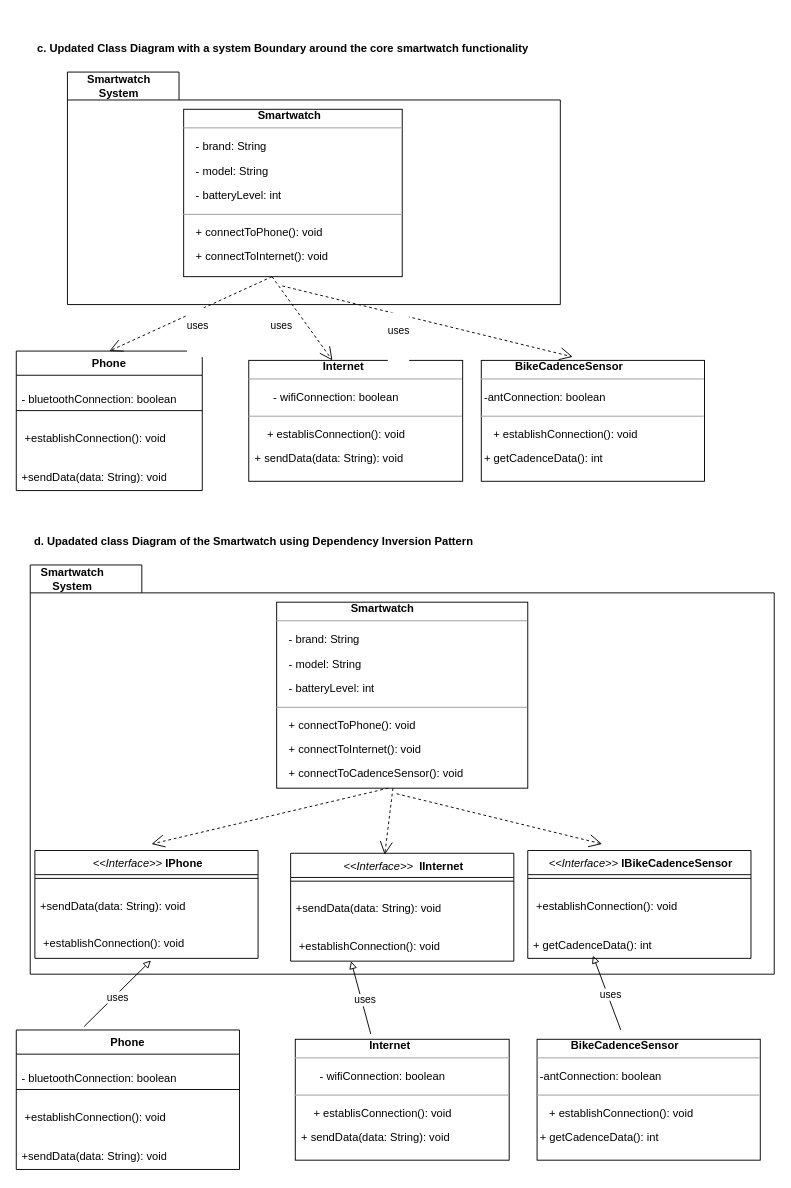
The draw.io diagram CIS 622 Diagram.drawio in Calebcheruiyc/ProjTech, before the edit. Source tidied: cells renumbered, new cells numbered last; positions are measured from the earlier drawing's top-left corner, leaving out a move shared by most shapes. Both pictures are drawn from the tidied source at 93%, with x=0, y=0 at pixel (16, 34).
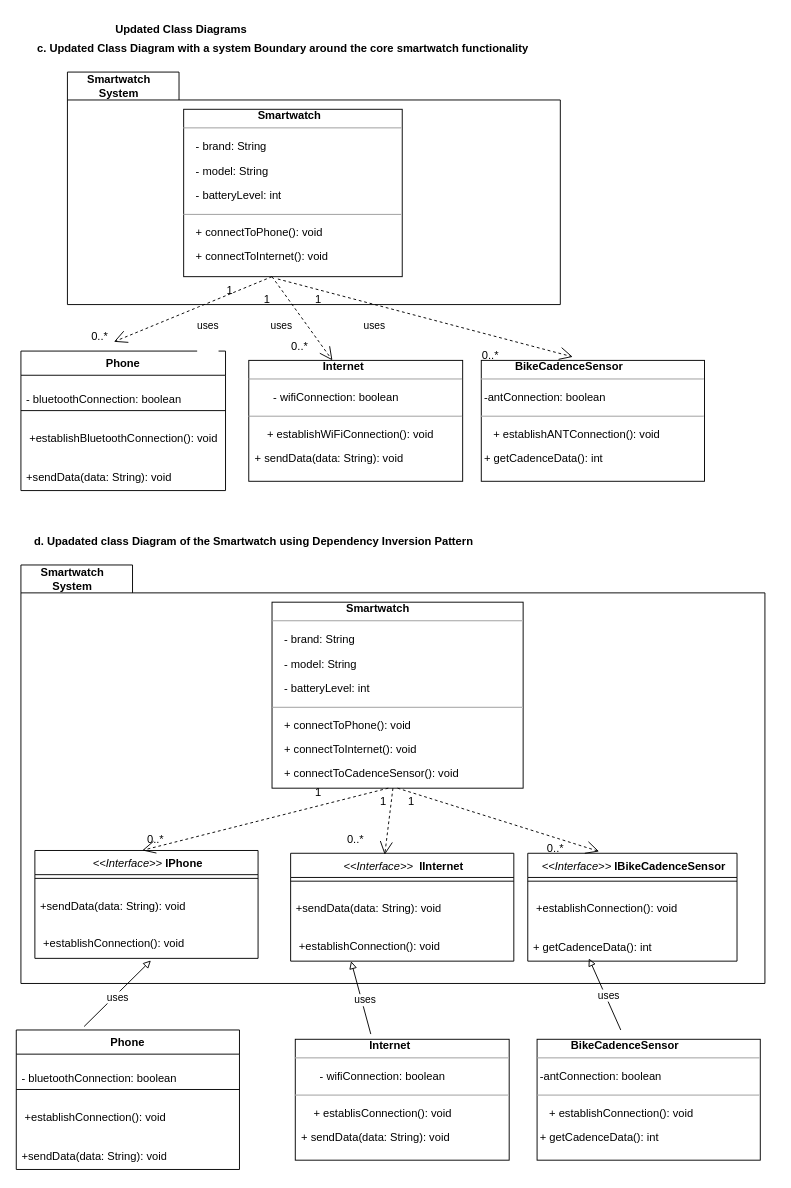
After the change.

The change refers to these unchanged cells:
```xml
<mxCell id="26" style="shape=folder;fontStyle=1;spacingTop=10;tabWidth=120;tabHeight=30;tabPosition=left;html=1;whiteSpace=wrap;" parent="1" vertex="1">
  <mxGeometry x="55" y="40" width="530" height="250" as="geometry" />
</mxCell>
<mxCell id="33" value="&amp;nbsp; &amp;nbsp; &amp;nbsp; &amp;nbsp; &amp;nbsp; &amp;nbsp; &amp;nbsp; &amp;nbsp; &amp;nbsp; &amp;nbsp; &amp;nbsp; &amp;nbsp;&lt;b&gt; Smartwatch&lt;/b&gt;&amp;nbsp;&lt;br&gt;&lt;hr size=&quot;1&quot;&gt;&lt;p class=&quot;MsoNormal&quot;&gt;&amp;nbsp; &amp;nbsp; - brand: String&lt;/p&gt;&lt;p class=&quot;MsoNormal&quot;&gt;&lt;span lang=&quot;EN-US&quot;&gt;&amp;nbsp;&amp;nbsp;&amp;nbsp; - model: String&lt;/span&gt;&lt;/p&gt;&lt;p class=&quot;MsoNormal&quot;&gt;&lt;span lang=&quot;EN-US&quot;&gt;&amp;nbsp;&amp;nbsp;&amp;nbsp; - batteryLevel: int&lt;/span&gt;&lt;/p&gt;&lt;hr size=&quot;1&quot;&gt;&lt;p class=&quot;MsoNormal&quot;&gt;&amp;nbsp; &amp;nbsp; + connectToPhone(): void&lt;/p&gt;&lt;p class=&quot;MsoNormal&quot;&gt;&lt;span lang=&quot;EN-US&quot;&gt;&amp;nbsp;&amp;nbsp;&amp;nbsp; + connectToInternet(): void&lt;/span&gt;&lt;/p&gt;&lt;p class=&quot;MsoNormal&quot;&gt;&lt;span lang=&quot;EN-US&quot;&gt;&amp;nbsp;&amp;nbsp;&amp;nbsp; + connectToCadenceSensor(): void&lt;/span&gt;&lt;/p&gt;" style="verticalAlign=top;align=left;overflow=fill;fontSize=12;fontFamily=Helvetica;html=1;whiteSpace=wrap;" parent="1" vertex="1">
  <mxGeometry x="180" y="80" width="235" height="180" as="geometry" />
</mxCell>
```

Change to the diagram source:
```diff
@@
     <mxCell id="2" style="shape=folder;fontStyle=1;spacingTop=10;tabWidth=120;tabHeight=30;tabPosition=left;html=1;whiteSpace=wrap;" parent="1" vertex="1">
-      <mxGeometry x="15" y="570" width="800" height="440" as="geometry" />
+      <mxGeometry x="5" y="570" width="800" height="450" as="geometry" />
     </mxCell>
@@
     <mxCell id="9" value="&amp;nbsp; &amp;nbsp; &amp;nbsp; &amp;nbsp; &amp;nbsp; &amp;nbsp; &amp;nbsp; &amp;nbsp; &amp;nbsp; &amp;nbsp; &amp;nbsp; &amp;nbsp;&lt;b&gt; Smartwatch&lt;/b&gt;&amp;nbsp;&lt;br&gt;&lt;hr size=&quot;1&quot;&gt;&lt;p class=&quot;MsoNormal&quot;&gt;&amp;nbsp; &amp;nbsp; - brand: String&lt;/p&gt;&lt;p class=&quot;MsoNormal&quot;&gt;&lt;span lang=&quot;EN-US&quot;&gt;&amp;nbsp;&amp;nbsp;&amp;nbsp; - model: String&lt;/span&gt;&lt;/p&gt;&lt;p class=&quot;MsoNormal&quot;&gt;&lt;span lang=&quot;EN-US&quot;&gt;&amp;nbsp;&amp;nbsp;&amp;nbsp; - batteryLevel: int&lt;/span&gt;&lt;/p&gt;&lt;hr size=&quot;1&quot;&gt;&lt;p class=&quot;MsoNormal&quot;&gt;&amp;nbsp; &amp;nbsp; + connectToPhone(): void&lt;/p&gt;&lt;p class=&quot;MsoNormal&quot;&gt;&lt;span lang=&quot;EN-US&quot;&gt;&amp;nbsp;&amp;nbsp;&amp;nbsp; + connectToInternet(): void&lt;/span&gt;&lt;/p&gt;&lt;p class=&quot;MsoNormal&quot;&gt;&lt;span lang=&quot;EN-US&quot;&gt;&amp;nbsp;&amp;nbsp;&amp;nbsp; + connectToCadenceSensor(): void&lt;/span&gt;&lt;/p&gt;" style="verticalAlign=top;align=left;overflow=fill;fontSize=12;fontFamily=Helvetica;html=1;whiteSpace=wrap;" parent="1" vertex="1">
-      <mxGeometry x="280" y="610" width="270" height="200" as="geometry" />
+      <mxGeometry x="275" y="610" width="270" height="200" as="geometry" />
     </mxCell>
@@
     <mxCell id="16" value="&lt;i style=&quot;border-color: var(--border-color); font-weight: 400;&quot;&gt;&amp;nbsp;&amp;lt;&amp;lt;Interface&amp;gt;&amp;gt;&amp;nbsp;&lt;/i&gt;&lt;b style=&quot;border-color: var(--border-color); text-align: left;&quot;&gt;IBikeCadenceSensor&lt;/b&gt;" style="swimlane;fontStyle=1;align=center;verticalAlign=top;horizontal=1;startSize=26;whiteSpace=wrap;html=1;" parent="1" vertex="1">
-      <mxGeometry x="550" y="877" width="240" height="116" as="geometry" />
+      <mxGeometry x="550" y="880" width="225" height="116" as="geometry" />
     </mxCell>
     <mxCell id="17" style="line;strokeWidth=1;fillColor=none;align=left;verticalAlign=middle;spacingTop=-1;spacingLeft=3;spacingRight=3;labelPosition=right;strokeColor=inherit;" parent="16" vertex="1">
-      <mxGeometry y="26" width="240" height="8" as="geometry" />
+      <mxGeometry y="26" width="225" height="8" as="geometry" />
     </mxCell>
     <mxCell id="18" value="&lt;p class=&quot;MsoNormal&quot;&gt;&amp;nbsp;+establishConnection(): void&lt;br&gt;&lt;/p&gt;" style="text;strokeColor=none;fillColor=none;align=left;verticalAlign=top;spacingLeft=4;spacingRight=4;overflow=hidden;whiteSpace=wrap;html=1;" parent="16" vertex="1">
-      <mxGeometry y="34" width="240" height="42" as="geometry" />
+      <mxGeometry y="34" width="225" height="42" as="geometry" />
     </mxCell>
     <mxCell id="19" value="&lt;p class=&quot;MsoNormal&quot;&gt;&lt;/p&gt;&lt;p class=&quot;MsoNormal&quot;&gt;+ getCadenceData(): int&lt;br&gt;&lt;/p&gt;" style="text;strokeColor=none;fillColor=none;align=left;verticalAlign=top;spacingLeft=4;spacingRight=4;overflow=hidden;points=[[0,0.5],[1,0.5]];portConstraint=eastwest;whiteSpace=wrap;html=1;" parent="16" vertex="1">
-      <mxGeometry y="76" width="240" height="40" as="geometry" />
+      <mxGeometry y="76" width="225" height="40" as="geometry" />
     </mxCell>
@@
-    <mxCell id="25" style="endArrow=open;endSize=12;dashed=1;html=1;rounded=0;" parent="1" edge="1">
-      <mxGeometry relative="1" as="geometry">
-        <mxPoint x="409" y="816" as="sourcePoint" />
-        <mxPoint x="630" y="870" as="targetPoint" />
-      </mxGeometry>
+    <mxCell id="25" style="endArrow=open;endSize=12;dashed=1;html=1;rounded=0;exitX=0.25;exitY=0;exitDx=0;exitDy=0;entryX=0.341;entryY=-0.017;entryDx=0;entryDy=0;entryPerimeter=0;" parent="1" edge="1" source="53" target="16">
+      <mxGeometry relative="1" as="geometry" />
     </mxCell>
@@
     <mxCell id="28" value="Phone" style="swimlane;fontStyle=1;align=center;verticalAlign=top;horizontal=1;startSize=26;whiteSpace=wrap;html=1;" parent="1" vertex="1">
-      <mxGeometry y="340" width="200" height="150" as="geometry" />
+      <mxGeometry x="5" y="340" width="220" height="150" as="geometry" />
     </mxCell>
     <mxCell id="29" value="&lt;p class=&quot;MsoNormal&quot;&gt;- bluetoothConnection: boolean&lt;/p&gt;" style="text;strokeColor=none;fillColor=none;align=left;verticalAlign=top;spacingLeft=4;spacingRight=4;overflow=hidden;whiteSpace=wrap;html=1;" parent="28" vertex="1">
-      <mxGeometry y="26" width="200" height="34" as="geometry" />
+      <mxGeometry y="26" width="220" height="34" as="geometry" />
     </mxCell>
     <mxCell id="30" style="line;strokeWidth=1;fillColor=none;align=left;verticalAlign=middle;spacingTop=-1;spacingLeft=3;spacingRight=3;labelPosition=right;strokeColor=inherit;" parent="28" vertex="1">
-      <mxGeometry y="60" width="200" height="8" as="geometry" />
+      <mxGeometry y="60" width="220" height="8" as="geometry" />
     </mxCell>
-    <mxCell id="31" value="&lt;p class=&quot;MsoNormal&quot;&gt;&amp;nbsp;+establishConnection(): void&lt;br&gt;&lt;/p&gt;" style="text;strokeColor=none;fillColor=none;align=left;verticalAlign=top;spacingLeft=4;spacingRight=4;overflow=hidden;whiteSpace=wrap;html=1;" parent="28" vertex="1">
-      <mxGeometry y="68" width="200" height="42" as="geometry" />
+    <mxCell id="31" value="&lt;p class=&quot;MsoNormal&quot;&gt;&amp;nbsp;+establishBluetoothConnection(): void&lt;br&gt;&lt;/p&gt;" style="text;strokeColor=none;fillColor=none;align=left;verticalAlign=top;spacingLeft=4;spacingRight=4;overflow=hidden;whiteSpace=wrap;html=1;" parent="28" vertex="1">
+      <mxGeometry y="68" width="220" height="42" as="geometry" />
     </mxCell>
     <mxCell id="32" value="&lt;p class=&quot;MsoNormal&quot;&gt;&lt;/p&gt;&lt;p class=&quot;MsoNormal&quot;&gt;&lt;span lang=&quot;en-KE&quot;&gt;+sendData(data: String): void&lt;/span&gt;&lt;/p&gt;" style="text;strokeColor=none;fillColor=none;align=left;verticalAlign=top;spacingLeft=4;spacingRight=4;overflow=hidden;whiteSpace=wrap;html=1;" parent="28" vertex="1">
-      <mxGeometry y="110" width="200" height="40" as="geometry" />
+      <mxGeometry y="110" width="220" height="40" as="geometry" />
     </mxCell>
@@
-    <mxCell id="34" value="&amp;nbsp; &amp;nbsp; &amp;nbsp; &amp;nbsp; &amp;nbsp; &amp;nbsp; &amp;nbsp; &amp;nbsp; &amp;nbsp; &amp;nbsp; &amp;nbsp; &lt;b&gt;&amp;nbsp;&amp;nbsp;Internet&lt;/b&gt;&lt;br&gt;&lt;hr size=&quot;1&quot;&gt;&lt;p class=&quot;MsoNormal&quot;&gt;&amp;nbsp; &amp;nbsp; &amp;nbsp;&amp;nbsp;&amp;nbsp; &lt;span style=&quot;background-color: initial;&quot;&gt;- wifiConnection: boolean&lt;/span&gt;&lt;br&gt;&lt;/p&gt;&lt;p class=&quot;MsoNormal&quot;&gt;&lt;span lang=&quot;EN-US&quot;&gt;&lt;/span&gt;&lt;/p&gt;&lt;hr size=&quot;1&quot;&gt;&lt;p class=&quot;MsoNormal&quot;&gt;&amp;nbsp; &amp;nbsp;&amp;nbsp;&amp;nbsp; &lt;span style=&quot;background-color: initial;&quot;&gt;+ establisConnection(): void&lt;/span&gt;&lt;/p&gt;&lt;span style=&quot;background-color: initial;&quot;&gt;&amp;nbsp; + sendData(data: String): void&lt;/span&gt;" style="verticalAlign=top;align=left;overflow=fill;fontSize=12;fontFamily=Helvetica;html=1;whiteSpace=wrap;" parent="1" vertex="1">
+    <mxCell id="34" value="&amp;nbsp; &amp;nbsp; &amp;nbsp; &amp;nbsp; &amp;nbsp; &amp;nbsp; &amp;nbsp; &amp;nbsp; &amp;nbsp; &amp;nbsp; &amp;nbsp; &lt;b&gt;&amp;nbsp;&amp;nbsp;Internet&lt;/b&gt;&lt;br&gt;&lt;hr size=&quot;1&quot;&gt;&lt;p class=&quot;MsoNormal&quot;&gt;&amp;nbsp; &amp;nbsp; &amp;nbsp;&amp;nbsp;&amp;nbsp; &lt;span style=&quot;background-color: initial;&quot;&gt;- wifiConnection: boolean&lt;/span&gt;&lt;br&gt;&lt;/p&gt;&lt;p class=&quot;MsoNormal&quot;&gt;&lt;span lang=&quot;EN-US&quot;&gt;&lt;/span&gt;&lt;/p&gt;&lt;hr size=&quot;1&quot;&gt;&lt;p class=&quot;MsoNormal&quot;&gt;&amp;nbsp; &amp;nbsp;&amp;nbsp;&amp;nbsp; &lt;span style=&quot;background-color: initial;&quot;&gt;+ establishWiFiConnection(): void&lt;/span&gt;&lt;/p&gt;&lt;span style=&quot;background-color: initial;&quot;&gt;&amp;nbsp; + sendData(data: String): void&lt;/span&gt;" style="verticalAlign=top;align=left;overflow=fill;fontSize=12;fontFamily=Helvetica;html=1;whiteSpace=wrap;" parent="1" vertex="1">
       <mxGeometry x="250" y="350" width="230" height="130" as="geometry" />
     </mxCell>
-    <mxCell id="35" value="&amp;nbsp; &amp;nbsp; &amp;nbsp; &amp;nbsp; &amp;nbsp; &lt;b&gt;&amp;nbsp;BikeCadenceSensor&amp;nbsp;&lt;/b&gt;&lt;br&gt;&lt;hr size=&quot;1&quot;&gt;&lt;p class=&quot;MsoNormal&quot;&gt;&amp;nbsp;-antConnection: boolean&lt;br&gt;&lt;/p&gt;&lt;p class=&quot;MsoNormal&quot;&gt;&lt;span lang=&quot;EN-US&quot;&gt;&lt;/span&gt;&lt;/p&gt;&lt;p class=&quot;MsoNormal&quot;&gt;&lt;span lang=&quot;EN-US&quot;&gt;&lt;/span&gt;&lt;/p&gt;&lt;hr size=&quot;1&quot;&gt;&lt;p class=&quot;MsoNormal&quot;&gt;&amp;nbsp;&amp;nbsp;&amp;nbsp; &lt;span style=&quot;background-color: initial;&quot;&gt;+ establishConnection(): void&lt;/span&gt;&lt;/p&gt;&lt;p class=&quot;MsoNormal&quot;&gt;&lt;span lang=&quot;EN-US&quot;&gt;&amp;nbsp;+ getCadenceData(): int&lt;/span&gt;&lt;/p&gt;" style="verticalAlign=top;align=left;overflow=fill;fontSize=12;fontFamily=Helvetica;html=1;whiteSpace=wrap;" parent="1" vertex="1">
+    <mxCell id="35" value="&amp;nbsp; &amp;nbsp; &amp;nbsp; &amp;nbsp; &amp;nbsp; &lt;b&gt;&amp;nbsp;BikeCadenceSensor&amp;nbsp;&lt;/b&gt;&lt;br&gt;&lt;hr size=&quot;1&quot;&gt;&lt;p class=&quot;MsoNormal&quot;&gt;&amp;nbsp;-antConnection: boolean&lt;br&gt;&lt;/p&gt;&lt;p class=&quot;MsoNormal&quot;&gt;&lt;span lang=&quot;EN-US&quot;&gt;&lt;/span&gt;&lt;/p&gt;&lt;p class=&quot;MsoNormal&quot;&gt;&lt;span lang=&quot;EN-US&quot;&gt;&lt;/span&gt;&lt;/p&gt;&lt;hr size=&quot;1&quot;&gt;&lt;p class=&quot;MsoNormal&quot;&gt;&amp;nbsp;&amp;nbsp;&amp;nbsp; &lt;span style=&quot;background-color: initial;&quot;&gt;+ establishANTConnection(): void&lt;/span&gt;&lt;/p&gt;&lt;p class=&quot;MsoNormal&quot;&gt;&lt;span lang=&quot;EN-US&quot;&gt;&amp;nbsp;+ getCadenceData(): int&lt;/span&gt;&lt;/p&gt;" style="verticalAlign=top;align=left;overflow=fill;fontSize=12;fontFamily=Helvetica;html=1;whiteSpace=wrap;" parent="1" vertex="1">
       <mxGeometry x="500" y="350" width="240" height="130" as="geometry" />
     </mxCell>
-    <mxCell id="36" value="&#10;&lt;span style=&quot;color: rgb(0, 0, 0); font-family: Helvetica; font-size: 11px; font-style: normal; font-variant-ligatures: normal; font-variant-caps: normal; font-weight: 400; letter-spacing: normal; orphans: 2; text-align: center; text-indent: 0px; text-transform: none; widows: 2; word-spacing: 0px; -webkit-text-stroke-width: 0px; background-color: rgb(255, 255, 255); text-decoration-thickness: initial; text-decoration-style: initial; text-decoration-color: initial; float: none; display: inline !important;&quot;&gt;uses&lt;/span&gt;&#10;&#10;" style="endArrow=open;endSize=12;dashed=1;html=1;rounded=0;entryX=0.5;entryY=0;entryDx=0;entryDy=0;exitX=0.404;exitY=1;exitDx=0;exitDy=0;exitPerimeter=0;" parent="1" edge="1" source="33" target="28">
-      <mxGeometry x="0.02" y="21" relative="1" as="geometry" />
+    <mxCell id="36" value="&#10;&lt;span style=&quot;color: rgb(0, 0, 0); font-family: Helvetica; font-size: 11px; font-style: normal; font-variant-ligatures: normal; font-variant-caps: normal; font-weight: 400; letter-spacing: normal; orphans: 2; text-align: center; text-indent: 0px; text-transform: none; widows: 2; word-spacing: 0px; -webkit-text-stroke-width: 0px; background-color: rgb(255, 255, 255); text-decoration-thickness: initial; text-decoration-style: initial; text-decoration-color: initial; float: none; display: inline !important;&quot;&gt;uses&lt;/span&gt;&#10;&#10;" style="endArrow=open;endSize=12;dashed=1;html=1;rounded=0;exitX=0.404;exitY=1;exitDx=0;exitDy=0;exitPerimeter=0;" parent="1" edge="1" source="33">
+      <mxGeometry x="-0.05" y="29" relative="1" as="geometry">
+        <mxPoint x="105" y="330" as="targetPoint" />
+      </mxGeometry>
     </mxCell>
@@
-    <mxCell id="46" value="&#10;&lt;span style=&quot;color: rgb(0, 0, 0); font-family: Helvetica; font-size: 11px; font-style: normal; font-variant-ligatures: normal; font-variant-caps: normal; font-weight: 400; letter-spacing: normal; orphans: 2; text-align: center; text-indent: 0px; text-transform: none; widows: 2; word-spacing: 0px; -webkit-text-stroke-width: 0px; background-color: rgb(255, 255, 255); text-decoration-thickness: initial; text-decoration-style: initial; text-decoration-color: initial; float: none; display: inline !important;&quot;&gt;uses&lt;/span&gt;&#10;&#10;" style="endArrow=open;endSize=12;dashed=1;html=1;rounded=0;entryX=0.41;entryY=-0.029;entryDx=0;entryDy=0;entryPerimeter=0;exitX=0.436;exitY=0.92;exitDx=0;exitDy=0;exitPerimeter=0;" parent="1" edge="1" source="26" target="35">
-      <mxGeometry x="-0.16" y="-25" relative="1" as="geometry">
-        <mxPoint y="-1" as="offset" />
-      </mxGeometry>
+    <mxCell id="46" value="&#10;&lt;span style=&quot;color: rgb(0, 0, 0); font-family: Helvetica; font-size: 11px; font-style: normal; font-variant-ligatures: normal; font-variant-caps: normal; font-weight: 400; letter-spacing: normal; orphans: 2; text-align: center; text-indent: 0px; text-transform: none; widows: 2; word-spacing: 0px; -webkit-text-stroke-width: 0px; background-color: rgb(255, 255, 255); text-decoration-thickness: initial; text-decoration-style: initial; text-decoration-color: initial; float: none; display: inline !important;&quot;&gt;uses&lt;/span&gt;&#10;&#10;" style="endArrow=open;endSize=12;dashed=1;html=1;rounded=0;entryX=0.41;entryY=-0.029;entryDx=0;entryDy=0;entryPerimeter=0;exitX=0.431;exitY=1.014;exitDx=0;exitDy=0;exitPerimeter=0;" parent="1" edge="1" source="33" target="35">
+      <mxGeometry x="-0.3" y="-29" relative="1" as="geometry" />
     </mxCell>
@@
+    <mxCell id="48" value="1" style="text;html=1;strokeColor=none;fillColor=none;align=center;verticalAlign=middle;whiteSpace=wrap;rounded=0;" parent="1" vertex="1">
+      <mxGeometry x="295" y="800" width="60" height="30" as="geometry" />
+    </mxCell>
+    <mxCell id="49" value="0..*" style="text;html=1;strokeColor=none;fillColor=none;align=center;verticalAlign=middle;whiteSpace=wrap;rounded=0;" parent="1" vertex="1">
+      <mxGeometry x="550" y="860" width="60" height="30" as="geometry" />
+    </mxCell>
+    <mxCell id="50" value="0..*" style="text;html=1;strokeColor=none;fillColor=none;align=center;verticalAlign=middle;whiteSpace=wrap;rounded=0;" parent="1" vertex="1">
+      <mxGeometry x="335" y="850" width="60" height="30" as="geometry" />
+    </mxCell>
+    <mxCell id="51" value="0..*" style="text;html=1;strokeColor=none;fillColor=none;align=center;verticalAlign=middle;whiteSpace=wrap;rounded=0;" parent="1" vertex="1">
+      <mxGeometry x="120" y="850" width="60" height="30" as="geometry" />
+    </mxCell>
+    <mxCell id="52" value="1" style="text;html=1;strokeColor=none;fillColor=none;align=center;verticalAlign=middle;whiteSpace=wrap;rounded=0;" parent="1" vertex="1">
+      <mxGeometry x="365" y="810" width="60" height="30" as="geometry" />
+    </mxCell>
+    <mxCell id="53" value="1" style="text;html=1;strokeColor=none;fillColor=none;align=center;verticalAlign=middle;whiteSpace=wrap;rounded=0;" parent="1" vertex="1">
+      <mxGeometry x="395" y="810" width="60" height="30" as="geometry" />
+    </mxCell>
+    <mxCell id="54" value="0..*" style="text;html=1;strokeColor=none;fillColor=none;align=center;verticalAlign=middle;whiteSpace=wrap;rounded=0;" parent="1" vertex="1">
+      <mxGeometry x="60" y="310" width="60" height="30" as="geometry" />
+    </mxCell>
+    <mxCell id="55" value="0..*" style="text;html=1;strokeColor=none;fillColor=none;align=center;verticalAlign=middle;whiteSpace=wrap;rounded=0;" parent="1" vertex="1">
+      <mxGeometry x="275" y="320" width="60" height="30" as="geometry" />
+    </mxCell>
+    <mxCell id="56" value="0..*" style="text;html=1;strokeColor=none;fillColor=none;align=center;verticalAlign=middle;whiteSpace=wrap;rounded=0;" parent="1" vertex="1">
+      <mxGeometry x="480" y="330" width="60" height="30" as="geometry" />
+    </mxCell>
+    <mxCell id="57" value="1" style="text;html=1;strokeColor=none;fillColor=none;align=center;verticalAlign=middle;whiteSpace=wrap;rounded=0;" parent="1" vertex="1">
+      <mxGeometry x="200" y="260" width="60" height="30" as="geometry" />
+    </mxCell>
+    <mxCell id="58" value="1" style="text;html=1;strokeColor=none;fillColor=none;align=center;verticalAlign=middle;whiteSpace=wrap;rounded=0;" parent="1" vertex="1">
+      <mxGeometry x="240" y="270" width="60" height="30" as="geometry" />
+    </mxCell>
+    <mxCell id="59" value="1" style="text;html=1;strokeColor=none;fillColor=none;align=center;verticalAlign=middle;whiteSpace=wrap;rounded=0;" parent="1" vertex="1">
+      <mxGeometry x="295" y="270" width="60" height="30" as="geometry" />
+    </mxCell>
+    <mxCell id="60" value="Updated Class Diagrams" style="text;html=1;strokeColor=none;fillColor=none;align=center;verticalAlign=middle;whiteSpace=wrap;rounded=0;fontStyle=1;" parent="1" vertex="1">
+      <mxGeometry x="90" y="-20" width="175" height="30" as="geometry" />
+    </mxCell>
```
